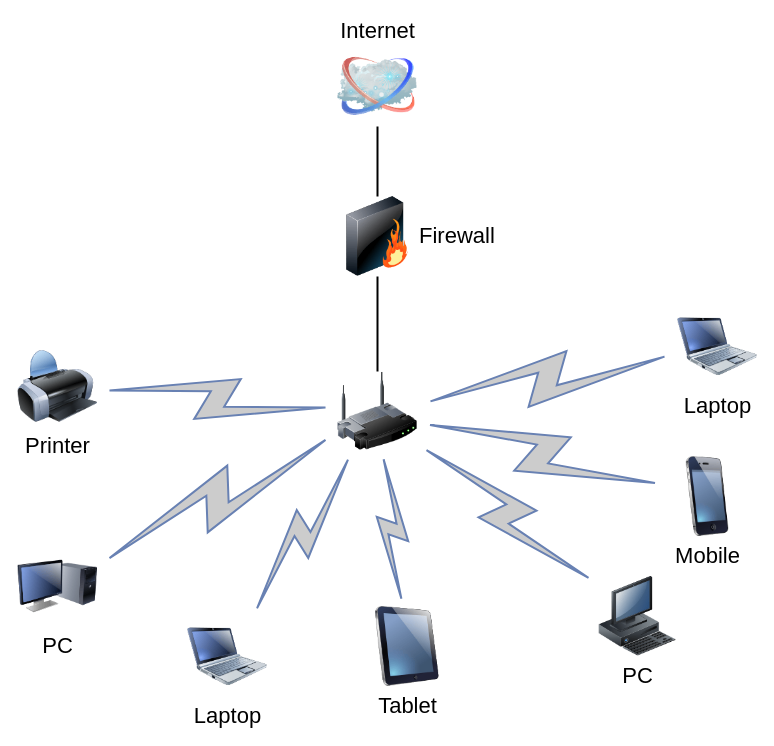
Earlier version of the draw.io diagram 开题自问自答_高压环境.drawio (zeandon/draw.io). Source tidied: cells renumbered, new cells numbered last; positions are measured from the earlier drawing's top-left corner, leaving out a move shared by most shapes. Both pictures are drawn from the tidied source at 100%, with x=0, y=0 at pixel (17, 46).
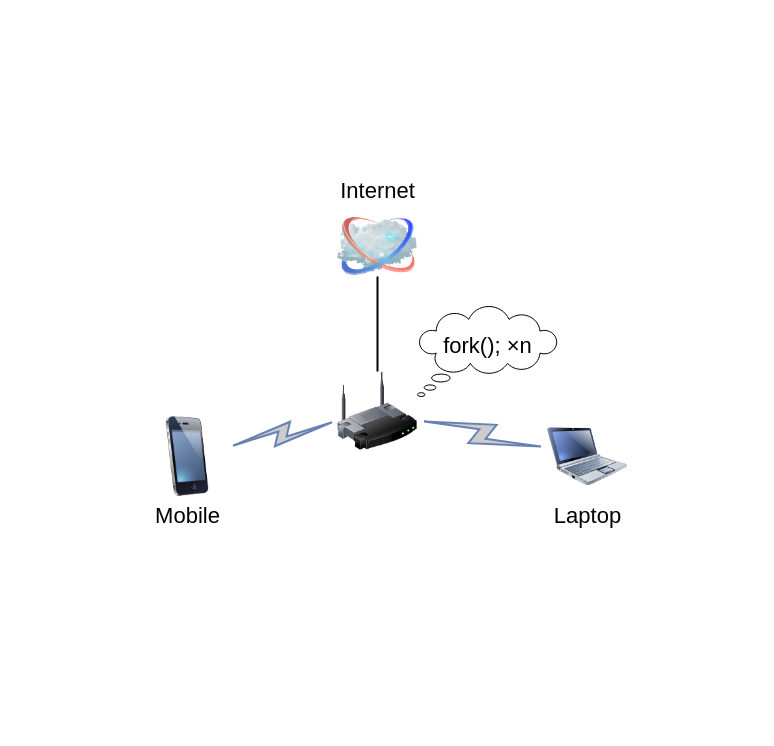
The same diagram, later.

Commit message:
更新开题自问自答_高压环境.drawio

The change refers to these unchanged cells:
```xml
<mxCell id="3" style="image;html=1;labelBackgroundColor=#ffffff;image=img/lib/clip_art/networking/Wireless_Router_128x128.png;rounded=1;shadow=0;comic=0;strokeWidth=2;fontSize=22;" parent="1" vertex="1">
  <mxGeometry x="320" y="325" width="80" height="80" as="geometry" />
</mxCell>
```

The edit, as a diff of the source:
```diff
@@
-    <mxCell id="2" style="edgeStyle=none;rounded=0;html=1;labelBackgroundColor=none;endArrow=none;strokeWidth=2;fontFamily=Verdana;fontSize=22;" parent="1" edge="1" source="3" target="6">
-      <mxGeometry relative="1" as="geometry" />
+    <mxCell id="2" style="edgeStyle=none;rounded=0;html=1;labelBackgroundColor=none;endArrow=none;strokeWidth=2;fontFamily=Verdana;fontSize=22;" parent="1" edge="1" source="3">
+      <mxGeometry relative="1" as="geometry">
+        <mxPoint x="360" y="230" as="targetPoint" />
+      </mxGeometry>
     </mxCell>
@@
     <mxCell id="4" value="Internet" style="image;html=1;labelBackgroundColor=#ffffff;image=img/lib/clip_art/networking/Cloud_128x128.png;rounded=1;shadow=0;comic=0;strokeWidth=2;fontSize=22;labelPosition=center;verticalLabelPosition=top;align=center;verticalAlign=bottom;" parent="1" vertex="1">
-      <mxGeometry x="320" width="80" height="80" as="geometry" />
+      <mxGeometry x="320" y="160" width="80" height="80" as="geometry" />
     </mxCell>
-    <mxCell id="5" style="edgeStyle=none;rounded=0;html=1;labelBackgroundColor=none;endArrow=none;strokeWidth=2;fontFamily=Verdana;fontSize=22;" parent="1" edge="1" source="6" target="4">
-      <mxGeometry relative="1" as="geometry" />
-    </mxCell>
-    <mxCell id="6" value="Firewall" style="image;html=1;labelBackgroundColor=#ffffff;image=img/lib/clip_art/networking/Firewall_128x128.png;rounded=1;shadow=0;comic=0;strokeWidth=2;fontSize=22;labelPosition=right;verticalLabelPosition=middle;align=left;verticalAlign=middle;" parent="1" vertex="1">
-      <mxGeometry x="320" y="150" width="80" height="80" as="geometry" />
-    </mxCell>
-    <mxCell id="7" value="Tablet" style="image;html=1;labelBackgroundColor=#ffffff;image=img/lib/clip_art/computers/iPad_128x128.png;rounded=1;shadow=0;comic=0;strokeWidth=2;fontSize=22;" parent="1" vertex="1">
-      <mxGeometry x="350" y="560" width="80" height="80" as="geometry" />
-    </mxCell>
-    <mxCell id="8" value="PC" style="image;html=1;labelBackgroundColor=#ffffff;image=img/lib/clip_art/computers/Monitor_Tower_128x128.png;rounded=1;shadow=0;comic=0;strokeWidth=2;fontSize=22;" parent="1" vertex="1">
-      <mxGeometry y="500" width="80" height="80" as="geometry" />
-    </mxCell>
-    <mxCell id="9" value="Printer" style="image;html=1;labelBackgroundColor=#ffffff;image=img/lib/clip_art/computers/Printer_128x128.png;rounded=1;shadow=0;comic=0;strokeWidth=2;fontSize=22;" parent="1" vertex="1">
-      <mxGeometry y="300" width="80" height="80" as="geometry" />
-    </mxCell>
-    <mxCell id="10" value="PC" style="image;html=1;labelBackgroundColor=#ffffff;image=img/lib/clip_art/computers/Workstation_128x128.png;rounded=1;shadow=0;comic=0;strokeWidth=2;fontSize=22;" parent="1" vertex="1">
-      <mxGeometry x="580" y="530" width="80" height="80" as="geometry" />
-    </mxCell>
     <mxCell id="11" value="Mobile" style="image;html=1;labelBackgroundColor=#ffffff;image=img/lib/clip_art/telecommunication/iPhone_128x128.png;rounded=1;shadow=0;comic=0;strokeWidth=2;fontSize=22;" parent="1" vertex="1">
-      <mxGeometry x="650" y="410" width="80" height="80" as="geometry" />
+      <mxGeometry x="130" y="370" width="80" height="80" as="geometry" />
     </mxCell>
     <mxCell id="12" value="Laptop" style="image;html=1;labelBackgroundColor=#ffffff;image=img/lib/clip_art/computers/Netbook_128x128.png;rounded=1;shadow=0;comic=0;strokeColor=#000000;strokeWidth=2;fillColor=#FFFFFF;fontSize=22;fontColor=#000000;" parent="1" vertex="1">
-      <mxGeometry x="660" y="260" width="80" height="80" as="geometry" />
+      <mxGeometry x="530" y="370" width="80" height="80" as="geometry" />
     </mxCell>
-    <mxCell id="13" value="Laptop" style="image;html=1;labelBackgroundColor=#ffffff;image=img/lib/clip_art/computers/Netbook_128x128.png;rounded=1;shadow=0;comic=0;strokeWidth=2;fontSize=22;" parent="1" vertex="1">
-      <mxGeometry x="170" y="570" width="80" height="80" as="geometry" />
-    </mxCell>
-    <mxCell id="14" style="html=1;fillColor=#CCCCCC;strokeColor=#6881B3;gradientColor=none;gradientDirection=north;strokeWidth=2;shape=mxgraph.networks.comm_link_edge;html=1;labelBackgroundColor=none;endArrow=none;fontFamily=Verdana;fontSize=22;fontColor=#000000;" parent="1" edge="1" source="9" target="3">
-      <mxGeometry relative="1" as="geometry" />
-    </mxCell>
-    <mxCell id="15" style="html=1;fillColor=#CCCCCC;strokeColor=#6881B3;gradientColor=none;gradientDirection=north;strokeWidth=2;shape=mxgraph.networks.comm_link_edge;html=1;labelBackgroundColor=none;endArrow=none;fontFamily=Verdana;fontSize=22;fontColor=#000000;fontStyle=1;" parent="1" edge="1" source="8" target="3">
-      <mxGeometry relative="1" as="geometry" />
-    </mxCell>
-    <mxCell id="16" style="html=1;fillColor=#CCCCCC;strokeColor=#6881B3;gradientColor=none;gradientDirection=north;strokeWidth=2;shape=mxgraph.networks.comm_link_edge;html=1;labelBackgroundColor=none;endArrow=none;fontFamily=Verdana;fontSize=22;fontColor=#000000;" parent="1" edge="1" source="13" target="3">
-      <mxGeometry relative="1" as="geometry" />
-    </mxCell>
-    <mxCell id="17" style="html=1;fillColor=#CCCCCC;strokeColor=#6881B3;gradientColor=none;gradientDirection=north;strokeWidth=2;shape=mxgraph.networks.comm_link_edge;html=1;labelBackgroundColor=none;endArrow=none;fontFamily=Verdana;fontSize=22;fontColor=#000000;" parent="1" edge="1" source="7" target="3">
-      <mxGeometry relative="1" as="geometry" />
-    </mxCell>
-    <mxCell id="18" style="html=1;fillColor=#CCCCCC;strokeColor=#6881B3;gradientColor=none;gradientDirection=north;strokeWidth=2;shape=mxgraph.networks.comm_link_edge;html=1;labelBackgroundColor=none;endArrow=none;fontFamily=Verdana;fontSize=22;fontColor=#000000;" parent="1" edge="1" source="10" target="3">
-      <mxGeometry relative="1" as="geometry" />
-    </mxCell>
@@
+    <mxCell id="21" style="group;" parent="1" vertex="1">
+      <mxGeometry x="400" y="260" width="140" height="90" as="geometry" />
+    </mxCell>
+    <mxCell id="22" style="whiteSpace=wrap;html=1;shape=mxgraph.basic.cloud_callout;textOpacity=0;" parent="21" vertex="1">
+      <mxGeometry width="140" height="90" as="geometry" />
+    </mxCell>
+    <mxCell id="23" value="fork(); ×&lt;span style=&quot;background-color: transparent; color: light-dark(rgb(0, 0, 0), rgb(255, 255, 255));&quot;&gt;n&lt;/span&gt;" style="text;strokeColor=none;fillColor=none;html=1;fontSize=22;fontStyle=0;verticalAlign=middle;align=center;" parent="21" vertex="1">
+      <mxGeometry x="20" y="20" width="100" height="40" as="geometry" />
+    </mxCell>
```
